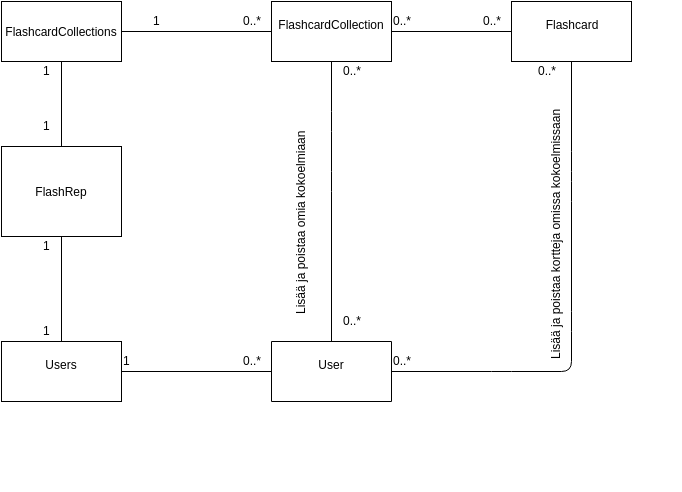
The draw.io diagram dokumentaatio/MaarittelyvaiheenLuokkakaavio.png in RIR/FlashRep, before a commit. Source tidied: cells renumbered, new cells last; positions are measured from the earlier drawing's top-left corner, leaving out a move shared by most shapes.
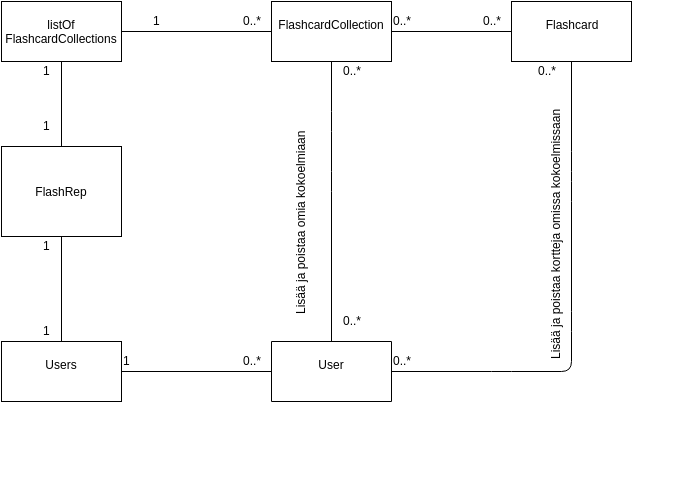
The same diagram one commit later.

Commit message:
Määrittelyvaiheen luokkakaaviota muokattu kun luokkien nimiäkin muokattu.

What changed in the source:
```diff
@@ -40,7 +40,7 @@
     <mxCell id="9" value="Users&lt;div&gt;&lt;br&gt;&lt;/div&gt;" style="whiteSpace=wrap;html=1;" parent="1" vertex="1">
       <mxGeometry y="340" width="120" height="60" as="geometry" />
     </mxCell>
-    <mxCell id="10" value="&lt;div&gt;FlashcardCollections&lt;/div&gt;" style="whiteSpace=wrap;html=1;" parent="1" vertex="1">
+    <mxCell id="10" value="&lt;div&gt;listOf&lt;/div&gt;&lt;div&gt;FlashcardCollections&lt;/div&gt;" style="whiteSpace=wrap;html=1;" parent="1" vertex="1">
       <mxGeometry width="120" height="60" as="geometry" />
     </mxCell>
     <mxCell id="11" style="endArrow=none;html=1;strokeColor=#000000;startArrow=none;startFill=0;endFill=0;exitX=1;exitY=0.5;entryX=0;entryY=0.5;" parent="1" edge="1" target="3">
```
